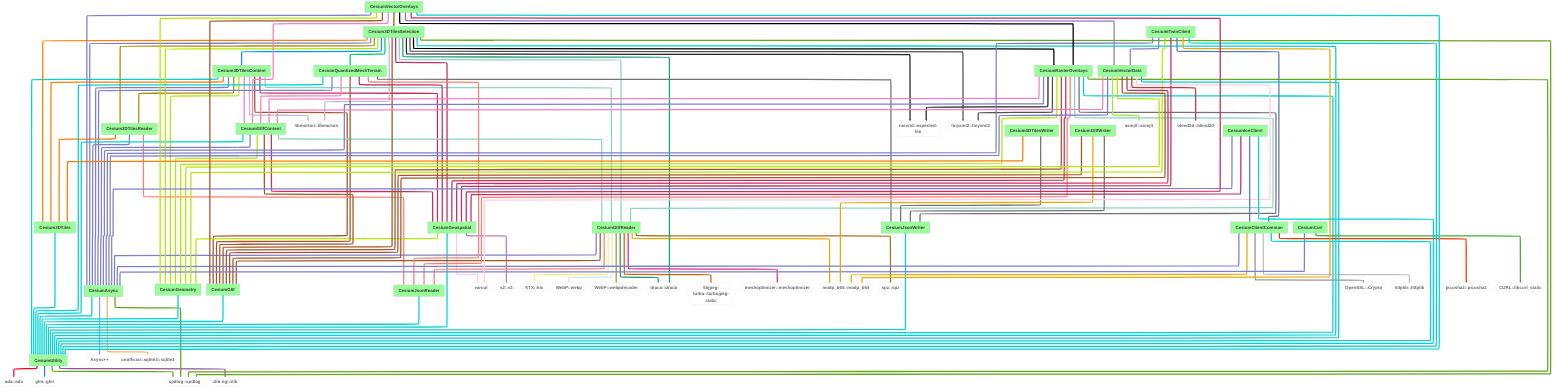
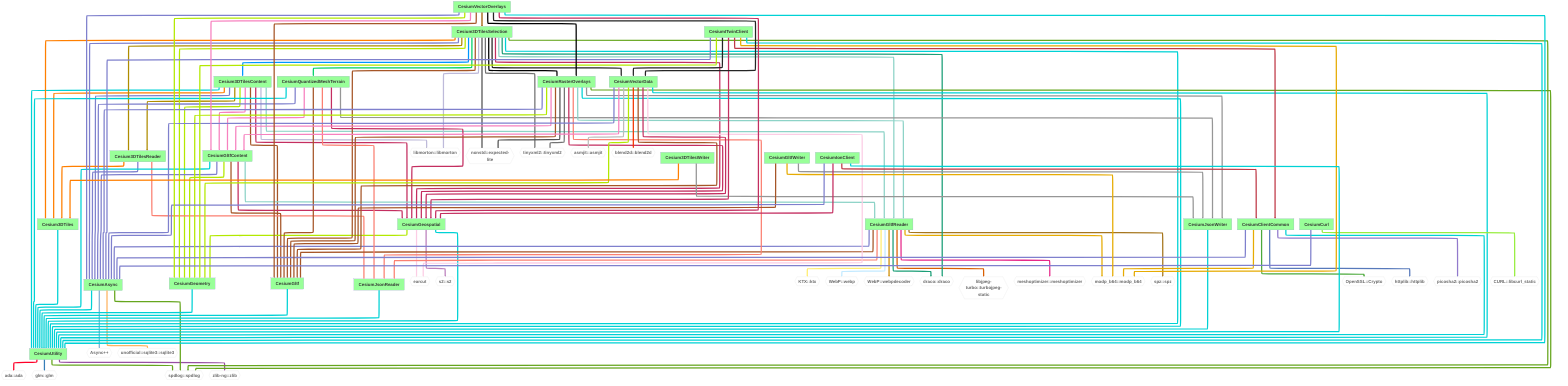
---
comment: This file was generated by dep-graph-gen. DO NOT EDIT THIS FILE!
config:
  layout: elk

---
graph TD
  classDef dependencyNode fill:#fff,stroke:#ccc,color:#666,font-weight:bold,font-size:28px
  classDef libraryNode fill:#9f9,font-weight:bold,font-size:28px
  CesiumUtility[CesiumUtility] --> ada_ada{{ada::ada}}
  CesiumUtility[CesiumUtility] --> glm_glm{{glm::glm}}
  CesiumUtility[CesiumUtility] --> spdlog_spdlog{{spdlog::spdlog}}
  CesiumUtility[CesiumUtility] --> zlib-ng_zlib{{zlib-ng::zlib}}
  Cesium3DTiles[Cesium3DTiles] --> CesiumUtility[CesiumUtility]
  Cesium3DTilesContent[Cesium3DTilesContent] --> Cesium3DTiles[Cesium3DTiles]
  Cesium3DTilesContent[Cesium3DTilesContent] --> Cesium3DTilesReader[Cesium3DTilesReader]
  Cesium3DTilesContent[Cesium3DTilesContent] --> CesiumAsync[CesiumAsync]
  Cesium3DTilesContent[Cesium3DTilesContent] --> CesiumGeometry[CesiumGeometry]
  Cesium3DTilesContent[Cesium3DTilesContent] --> CesiumGeospatial[CesiumGeospatial]
  Cesium3DTilesContent[Cesium3DTilesContent] --> CesiumGltf[CesiumGltf]
  Cesium3DTilesContent[Cesium3DTilesContent] --> CesiumGltfContent[CesiumGltfContent]
  Cesium3DTilesContent[Cesium3DTilesContent] --> CesiumGltfReader[CesiumGltfReader]
  Cesium3DTilesContent[Cesium3DTilesContent] --> CesiumUtility[CesiumUtility]
  Cesium3DTilesContent[Cesium3DTilesContent] --> libmorton_libmorton{{libmorton::libmorton}}
  Cesium3DTilesReader[Cesium3DTilesReader] --> Cesium3DTiles[Cesium3DTiles]
  Cesium3DTilesReader[Cesium3DTilesReader] --> CesiumAsync[CesiumAsync]
  Cesium3DTilesReader[Cesium3DTilesReader] --> CesiumJsonReader[CesiumJsonReader]
  CesiumAsync[CesiumAsync] --> Async_{{Async++}}
  CesiumAsync[CesiumAsync] --> CesiumUtility[CesiumUtility]
  CesiumAsync[CesiumAsync] --> spdlog_spdlog{{spdlog::spdlog}}
  CesiumAsync[CesiumAsync] --> unofficial_sqlite3_sqlite3{{unofficial::sqlite3::sqlite3}}
  CesiumJsonReader[CesiumJsonReader] --> CesiumUtility[CesiumUtility]
  CesiumGeometry[CesiumGeometry] --> CesiumUtility[CesiumUtility]
  CesiumGeospatial[CesiumGeospatial] --> CesiumGeometry[CesiumGeometry]
  CesiumGeospatial[CesiumGeospatial] --> CesiumUtility[CesiumUtility]
  CesiumGeospatial[CesiumGeospatial] --> earcut{{earcut}}
  CesiumGeospatial[CesiumGeospatial] --> s2_s2{{s2::s2}}
  CesiumGltf[CesiumGltf] --> CesiumUtility[CesiumUtility]
  CesiumGltfContent[CesiumGltfContent] --> CesiumAsync[CesiumAsync]
  CesiumGltfContent[CesiumGltfContent] --> CesiumGeometry[CesiumGeometry]
  CesiumGltfContent[CesiumGltfContent] --> CesiumGeospatial[CesiumGeospatial]
  CesiumGltfContent[CesiumGltfContent] --> CesiumGltf[CesiumGltf]
  CesiumGltfContent[CesiumGltfContent] --> CesiumGltfReader[CesiumGltfReader]
  CesiumGltfContent[CesiumGltfContent] --> CesiumUtility[CesiumUtility]
  CesiumGltfReader[CesiumGltfReader] --> CesiumAsync[CesiumAsync]
  CesiumGltfReader[CesiumGltfReader] --> CesiumGltf[CesiumGltf]
  CesiumGltfReader[CesiumGltfReader] --> CesiumJsonReader[CesiumJsonReader]
  CesiumGltfReader[CesiumGltfReader] --> KTX_ktx{{KTX::ktx}}
  CesiumGltfReader[CesiumGltfReader] --> WebP_webp{{WebP::webp}}
  CesiumGltfReader[CesiumGltfReader] --> WebP_webpdecoder{{WebP::webpdecoder}}
  CesiumGltfReader[CesiumGltfReader] --> draco_draco{{draco::draco}}
  CesiumGltfReader[CesiumGltfReader] --> libjpeg-turbo_turbojpeg-static{{libjpeg-turbo::turbojpeg-static}}
  CesiumGltfReader[CesiumGltfReader] --> meshoptimizer_meshoptimizer{{meshoptimizer::meshoptimizer}}
  CesiumGltfReader[CesiumGltfReader] --> modp_b64_modp_b64{{modp_b64::modp_b64}}
  CesiumGltfReader[CesiumGltfReader] --> spz_spz{{spz::spz}}
  Cesium3DTilesSelection[Cesium3DTilesSelection] --> Cesium3DTiles[Cesium3DTiles]
  Cesium3DTilesSelection[Cesium3DTilesSelection] --> Cesium3DTilesContent[Cesium3DTilesContent]
  Cesium3DTilesSelection[Cesium3DTilesSelection] --> Cesium3DTilesReader[Cesium3DTilesReader]
  Cesium3DTilesSelection[Cesium3DTilesSelection] --> CesiumAsync[CesiumAsync]
  Cesium3DTilesSelection[Cesium3DTilesSelection] --> CesiumGeometry[CesiumGeometry]
  Cesium3DTilesSelection[Cesium3DTilesSelection] --> CesiumGeospatial[CesiumGeospatial]
  Cesium3DTilesSelection[Cesium3DTilesSelection] --> CesiumGltf[CesiumGltf]
  Cesium3DTilesSelection[Cesium3DTilesSelection] --> CesiumGltfReader[CesiumGltfReader]
  Cesium3DTilesSelection[Cesium3DTilesSelection] --> CesiumQuantizedMeshTerrain[CesiumQuantizedMeshTerrain]
  Cesium3DTilesSelection[Cesium3DTilesSelection] --> CesiumRasterOverlays[CesiumRasterOverlays]
  Cesium3DTilesSelection[Cesium3DTilesSelection] --> CesiumUtility[CesiumUtility]
+   Cesium3DTilesSelection[Cesium3DTilesSelection] --> CesiumVectorData[CesiumVectorData]
  Cesium3DTilesSelection[Cesium3DTilesSelection] --> draco_draco{{draco::draco}}
  Cesium3DTilesSelection[Cesium3DTilesSelection] --> libmorton_libmorton{{libmorton::libmorton}}
  Cesium3DTilesSelection[Cesium3DTilesSelection] --> nonstd_expected-lite{{nonstd::expected-lite}}
  Cesium3DTilesSelection[Cesium3DTilesSelection] --> spdlog_spdlog{{spdlog::spdlog}}
  Cesium3DTilesSelection[Cesium3DTilesSelection] --> tinyxml2_tinyxml2{{tinyxml2::tinyxml2}}
  CesiumQuantizedMeshTerrain[CesiumQuantizedMeshTerrain] --> CesiumAsync[CesiumAsync]
  CesiumQuantizedMeshTerrain[CesiumQuantizedMeshTerrain] --> CesiumGeospatial[CesiumGeospatial]
  CesiumQuantizedMeshTerrain[CesiumQuantizedMeshTerrain] --> CesiumGltf[CesiumGltf]
  CesiumQuantizedMeshTerrain[CesiumQuantizedMeshTerrain] --> CesiumGltfContent[CesiumGltfContent]
  CesiumQuantizedMeshTerrain[CesiumQuantizedMeshTerrain] --> CesiumJsonReader[CesiumJsonReader]
  CesiumQuantizedMeshTerrain[CesiumQuantizedMeshTerrain] --> CesiumJsonWriter[CesiumJsonWriter]
  CesiumQuantizedMeshTerrain[CesiumQuantizedMeshTerrain] --> CesiumUtility[CesiumUtility]
  CesiumJsonWriter[CesiumJsonWriter] --> CesiumUtility[CesiumUtility]
  CesiumRasterOverlays[CesiumRasterOverlays] --> CesiumAsync[CesiumAsync]
  CesiumRasterOverlays[CesiumRasterOverlays] --> CesiumGeometry[CesiumGeometry]
  CesiumRasterOverlays[CesiumRasterOverlays] --> CesiumGeospatial[CesiumGeospatial]
  CesiumRasterOverlays[CesiumRasterOverlays] --> CesiumGltf[CesiumGltf]
  CesiumRasterOverlays[CesiumRasterOverlays] --> CesiumGltfContent[CesiumGltfContent]
  CesiumRasterOverlays[CesiumRasterOverlays] --> CesiumGltfReader[CesiumGltfReader]
  CesiumRasterOverlays[CesiumRasterOverlays] --> CesiumJsonReader[CesiumJsonReader]
  CesiumRasterOverlays[CesiumRasterOverlays] --> CesiumJsonWriter[CesiumJsonWriter]
  CesiumRasterOverlays[CesiumRasterOverlays] --> CesiumUtility[CesiumUtility]
  CesiumRasterOverlays[CesiumRasterOverlays] --> nonstd_expected-lite{{nonstd::expected-lite}}
  CesiumRasterOverlays[CesiumRasterOverlays] --> spdlog_spdlog{{spdlog::spdlog}}
  CesiumRasterOverlays[CesiumRasterOverlays] --> tinyxml2_tinyxml2{{tinyxml2::tinyxml2}}
+   CesiumVectorData[CesiumVectorData] --> CesiumAsync[CesiumAsync]
+   CesiumVectorData[CesiumVectorData] --> CesiumGeometry[CesiumGeometry]
+   CesiumVectorData[CesiumVectorData] --> CesiumGeospatial[CesiumGeospatial]
+   CesiumVectorData[CesiumVectorData] --> CesiumGltf[CesiumGltf]
+   CesiumVectorData[CesiumVectorData] --> CesiumGltfContent[CesiumGltfContent]
+   CesiumVectorData[CesiumVectorData] --> CesiumUtility[CesiumUtility]
+   CesiumVectorData[CesiumVectorData] --> asmjit_asmjit{{asmjit::asmjit}}
+   CesiumVectorData[CesiumVectorData] --> blend2d_blend2d{{blend2d::blend2d}}
+   CesiumVectorData[CesiumVectorData] --> earcut{{earcut}}
  Cesium3DTilesWriter[Cesium3DTilesWriter] --> Cesium3DTiles[Cesium3DTiles]
  Cesium3DTilesWriter[Cesium3DTilesWriter] --> CesiumJsonWriter[CesiumJsonWriter]
  CesiumClientCommon[CesiumClientCommon] --> CesiumAsync[CesiumAsync]
  CesiumClientCommon[CesiumClientCommon] --> CesiumUtility[CesiumUtility]
  CesiumClientCommon[CesiumClientCommon] --> OpenSSL_Crypto{{OpenSSL::Crypto}}
  CesiumClientCommon[CesiumClientCommon] --> httplib_httplib{{httplib::httplib}}
  CesiumClientCommon[CesiumClientCommon] --> modp_b64_modp_b64{{modp_b64::modp_b64}}
  CesiumClientCommon[CesiumClientCommon] --> picosha2_picosha2{{picosha2::picosha2}}
  CesiumCurl[CesiumCurl] --> CURL_libcurl_static{{CURL::libcurl_static}}
  CesiumCurl[CesiumCurl] --> CesiumAsync[CesiumAsync]
  CesiumGltfWriter[CesiumGltfWriter] --> CesiumGltf[CesiumGltf]
  CesiumGltfWriter[CesiumGltfWriter] --> CesiumJsonWriter[CesiumJsonWriter]
  CesiumGltfWriter[CesiumGltfWriter] --> modp_b64_modp_b64{{modp_b64::modp_b64}}
  CesiumITwinClient[CesiumITwinClient] --> CesiumAsync[CesiumAsync]
  CesiumITwinClient[CesiumITwinClient] --> CesiumClientCommon[CesiumClientCommon]
  CesiumITwinClient[CesiumITwinClient] --> CesiumGeometry[CesiumGeometry]
  CesiumITwinClient[CesiumITwinClient] --> CesiumGeospatial[CesiumGeospatial]
  CesiumITwinClient[CesiumITwinClient] --> CesiumUtility[CesiumUtility]
  CesiumITwinClient[CesiumITwinClient] --> CesiumVectorData[CesiumVectorData]
  CesiumITwinClient[CesiumITwinClient] --> modp_b64_modp_b64{{modp_b64::modp_b64}}
-   CesiumVectorData[CesiumVectorData] --> CesiumAsync[CesiumAsync]
-   CesiumVectorData[CesiumVectorData] --> CesiumGeometry[CesiumGeometry]
-   CesiumVectorData[CesiumVectorData] --> CesiumGeospatial[CesiumGeospatial]
-   CesiumVectorData[CesiumVectorData] --> CesiumGltf[CesiumGltf]
-   CesiumVectorData[CesiumVectorData] --> CesiumGltfContent[CesiumGltfContent]
-   CesiumVectorData[CesiumVectorData] --> CesiumUtility[CesiumUtility]
-   CesiumVectorData[CesiumVectorData] --> asmjit_asmjit{{asmjit::asmjit}}
-   CesiumVectorData[CesiumVectorData] --> blend2d_blend2d{{blend2d::blend2d}}
-   CesiumVectorData[CesiumVectorData] --> earcut{{earcut}}
  CesiumIonClient[CesiumIonClient] --> CesiumAsync[CesiumAsync]
  CesiumIonClient[CesiumIonClient] --> CesiumClientCommon[CesiumClientCommon]
  CesiumIonClient[CesiumIonClient] --> CesiumGeospatial[CesiumGeospatial]
  CesiumIonClient[CesiumIonClient] --> CesiumUtility[CesiumUtility]
  CesiumVectorOverlays[CesiumVectorOverlays] --> Cesium3DTilesSelection[Cesium3DTilesSelection]
  CesiumVectorOverlays[CesiumVectorOverlays] --> CesiumAsync[CesiumAsync]
  CesiumVectorOverlays[CesiumVectorOverlays] --> CesiumGeometry[CesiumGeometry]
  CesiumVectorOverlays[CesiumVectorOverlays] --> CesiumGeospatial[CesiumGeospatial]
  CesiumVectorOverlays[CesiumVectorOverlays] --> CesiumGltf[CesiumGltf]
  CesiumVectorOverlays[CesiumVectorOverlays] --> CesiumGltfContent[CesiumGltfContent]
  CesiumVectorOverlays[CesiumVectorOverlays] --> CesiumRasterOverlays[CesiumRasterOverlays]
  CesiumVectorOverlays[CesiumVectorOverlays] --> CesiumUtility[CesiumUtility]
  CesiumVectorOverlays[CesiumVectorOverlays] --> CesiumVectorData[CesiumVectorData]
-   class ada_ada,glm_glm,spdlog_spdlog,zlib-ng_zlib,libmorton_libmorton,Async_,unofficial_sqlite3_sqlite3,earcut,s2_s2,KTX_ktx,WebP_webp,WebP_webpdecoder,draco_draco,libjpeg-turbo_turbojpeg-static,meshoptimizer_meshoptimizer,modp_b64_modp_b64,spz_spz,nonstd_expected-lite,tinyxml2_tinyxml2,OpenSSL_Crypto,httplib_httplib,picosha2_picosha2,CURL_libcurl_static,asmjit_asmjit,blend2d_blend2d dependencyNode
-   class CesiumUtility,Cesium3DTiles,Cesium3DTilesReader,CesiumAsync,CesiumGeometry,CesiumGeospatial,CesiumGltf,CesiumGltfContent,CesiumGltfReader,Cesium3DTilesContent,CesiumJsonReader,CesiumQuantizedMeshTerrain,CesiumRasterOverlays,Cesium3DTilesSelection,CesiumJsonWriter,Cesium3DTilesWriter,CesiumClientCommon,CesiumCurl,CesiumGltfWriter,CesiumVectorData,CesiumITwinClient,CesiumIonClient,CesiumVectorOverlays libraryNode
+   class ada_ada,glm_glm,spdlog_spdlog,zlib-ng_zlib,libmorton_libmorton,Async_,unofficial_sqlite3_sqlite3,earcut,s2_s2,KTX_ktx,WebP_webp,WebP_webpdecoder,draco_draco,libjpeg-turbo_turbojpeg-static,meshoptimizer_meshoptimizer,modp_b64_modp_b64,spz_spz,nonstd_expected-lite,tinyxml2_tinyxml2,asmjit_asmjit,blend2d_blend2d,OpenSSL_Crypto,httplib_httplib,picosha2_picosha2,CURL_libcurl_static dependencyNode
+   class CesiumUtility,Cesium3DTiles,Cesium3DTilesReader,CesiumAsync,CesiumGeometry,CesiumGeospatial,CesiumGltf,CesiumGltfContent,CesiumGltfReader,Cesium3DTilesContent,CesiumJsonReader,CesiumQuantizedMeshTerrain,CesiumRasterOverlays,CesiumVectorData,Cesium3DTilesSelection,CesiumJsonWriter,Cesium3DTilesWriter,CesiumClientCommon,CesiumCurl,CesiumGltfWriter,CesiumITwinClient,CesiumIonClient,CesiumVectorOverlays libraryNode
  linkStyle 0 stroke:#ff0029,stroke-width:8px
  linkStyle 1 stroke:#377eb8,stroke-width:8px
-   linkStyle 2,20,60,80 stroke:#66a61e,stroke-width:8px
+   linkStyle 2,20,61,81 stroke:#66a61e,stroke-width:8px
  linkStyle 3 stroke:#984ea3,stroke-width:8px
-   linkStyle 4,13,19,22,23,25,28,34,56,68,69,78,85,99,107,114,122 stroke:#00d2d5,stroke-width:8px
-   linkStyle 5,15,46,82 stroke:#ff7f00,stroke-width:8px
+   linkStyle 4,13,19,22,23,25,28,34,56,69,70,79,88,95,109,115,123 stroke:#00d2d5,stroke-width:8px
+   linkStyle 5,15,46,92 stroke:#ff7f00,stroke-width:8px
  linkStyle 6,48 stroke:#af8d00,stroke-width:8px
-   linkStyle 7,16,29,35,49,62,70,84,91,95,102,111,116 stroke:#7f80cd,stroke-width:8px
-   linkStyle 8,24,30,50,71,97,103,117 stroke:#b3e900,stroke-width:8px
-   linkStyle 9,31,51,63,72,98,104,113,118 stroke:#c42e60,stroke-width:8px
-   linkStyle 10,32,36,52,64,73,92,105,119 stroke:#a65628,stroke-width:8px
-   linkStyle 11,65,74,106,120 stroke:#f781bf,stroke-width:8px
-   linkStyle 12,33,53,75 stroke:#8dd3c7,stroke-width:8px
-   linkStyle 14,58 stroke:#bebada,stroke-width:8px
-   linkStyle 17,37,66,76 stroke:#fb8072,stroke-width:8px
+   linkStyle 7,16,29,35,49,63,71,83,94,101,105,112,117 stroke:#7f80cd,stroke-width:8px
+   linkStyle 8,24,30,50,72,84,107,118 stroke:#b3e900,stroke-width:8px
+   linkStyle 9,31,51,64,73,85,108,114,119 stroke:#c42e60,stroke-width:8px
+   linkStyle 10,32,36,52,65,74,86,102,120 stroke:#a65628,stroke-width:8px
+   linkStyle 11,66,75,87,121 stroke:#f781bf,stroke-width:8px
+   linkStyle 12,33,53,76 stroke:#8dd3c7,stroke-width:8px
+   linkStyle 14,59 stroke:#bebada,stroke-width:8px
+   linkStyle 17,37,67,77 stroke:#fb8072,stroke-width:8px
  linkStyle 18 stroke:#80b1d3,stroke-width:8px
  linkStyle 21 stroke:#fdb462,stroke-width:8px
-   linkStyle 26,110 stroke:#fccde5,stroke-width:8px
+   linkStyle 26,91 stroke:#fccde5,stroke-width:8px
  linkStyle 27 stroke:#bc80bd,stroke-width:8px
  linkStyle 38 stroke:#ffed6f,stroke-width:8px
  linkStyle 39 stroke:#c4eaff,stroke-width:8px
  linkStyle 40 stroke:#cf8c00,stroke-width:8px
-   linkStyle 41,57 stroke:#1b9e77,stroke-width:8px
+   linkStyle 41,58 stroke:#1b9e77,stroke-width:8px
  linkStyle 42 stroke:#d95f02,stroke-width:8px
  linkStyle 43 stroke:#e7298a,stroke-width:8px
-   linkStyle 44,88,94,101 stroke:#e6ab02,stroke-width:8px
+   linkStyle 44,98,104,111 stroke:#e6ab02,stroke-width:8px
  linkStyle 45 stroke:#a6761d,stroke-width:8px
  linkStyle 47 stroke:#0097ff,stroke-width:8px
  linkStyle 54 stroke:#00d067,stroke-width:8px
-   linkStyle 55,121 stroke:#000000,stroke-width:8px
-   linkStyle 59,79 stroke:#252525,stroke-width:8px
-   linkStyle 61,81 stroke:#525252,stroke-width:8px
-   linkStyle 67,77,83,93 stroke:#737373,stroke-width:8px
-   linkStyle 86 stroke:#969696,stroke-width:8px
-   linkStyle 87 stroke:#bdbdbd,stroke-width:8px
-   linkStyle 89 stroke:#f43600,stroke-width:8px
-   linkStyle 90 stroke:#4ba93b,stroke-width:8px
-   linkStyle 96,112 stroke:#5779bb,stroke-width:8px
-   linkStyle 100,123 stroke:#927acc,stroke-width:8px
-   linkStyle 108 stroke:#97ee3f,stroke-width:8px
-   linkStyle 109 stroke:#bf3947,stroke-width:8px
-   linkStyle 115 stroke:#9f5b00,stroke-width:8px
+   linkStyle 55,122 stroke:#000000,stroke-width:8px
+   linkStyle 57,110,124 stroke:#252525,stroke-width:8px
+   linkStyle 60,80 stroke:#525252,stroke-width:8px
+   linkStyle 62,82 stroke:#737373,stroke-width:8px
+   linkStyle 68,78,93,103 stroke:#969696,stroke-width:8px
+   linkStyle 89 stroke:#bdbdbd,stroke-width:8px
+   linkStyle 90 stroke:#f43600,stroke-width:8px
+   linkStyle 96 stroke:#4ba93b,stroke-width:8px
+   linkStyle 97 stroke:#5779bb,stroke-width:8px
+   linkStyle 99 stroke:#927acc,stroke-width:8px
+   linkStyle 100 stroke:#97ee3f,stroke-width:8px
+   linkStyle 106,113 stroke:#bf3947,stroke-width:8px
+   linkStyle 116 stroke:#9f5b00,stroke-width:8px
